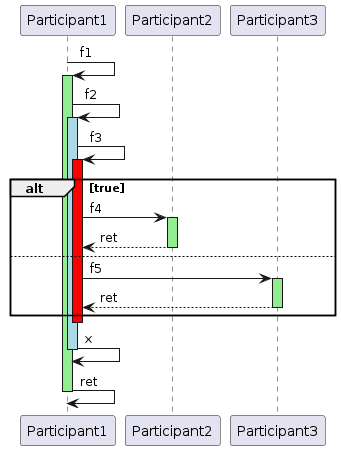
chbailly/plantuml keeps this PlantUML diagram as plantuml.png. Above is the earlier version. The source it was exported from:
```plantuml
@startuml
participant Participant1 as P1
participant Participant2 as P2
participant Participant3 as P3
P1 -> P1: f1
activate P1  #lightgreen
   P1 -> P1: f2
   activate P1  #lightblue
      P1 -> P1: f3
      activate P1  #red
         alt true
            P1 -> P2 ++ #lightgreen: f4
            return ret
         else
            P1 -> P3 ++ #lightgreen: f5
            return ret
         end
      deactivate P1
   P1->P1:x
   deactivate P1
P1->P1:ret
deactivate P1
@enduml
```
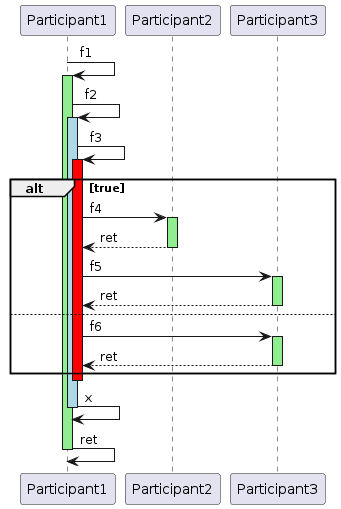
Later version of the same file.

The edit, as a diff of the source:
```diff
@@ -11,8 +11,10 @@
          alt true
             P1 -> P2 ++ #lightgreen: f4
             return ret
+            P1 -> P3 ++ #lightgreen: f5
+            return ret
          else
-            P1 -> P3 ++ #lightgreen: f5
+            P1 -> P3 ++ #lightgreen: f6
             return ret
          end
       deactivate P1
```
